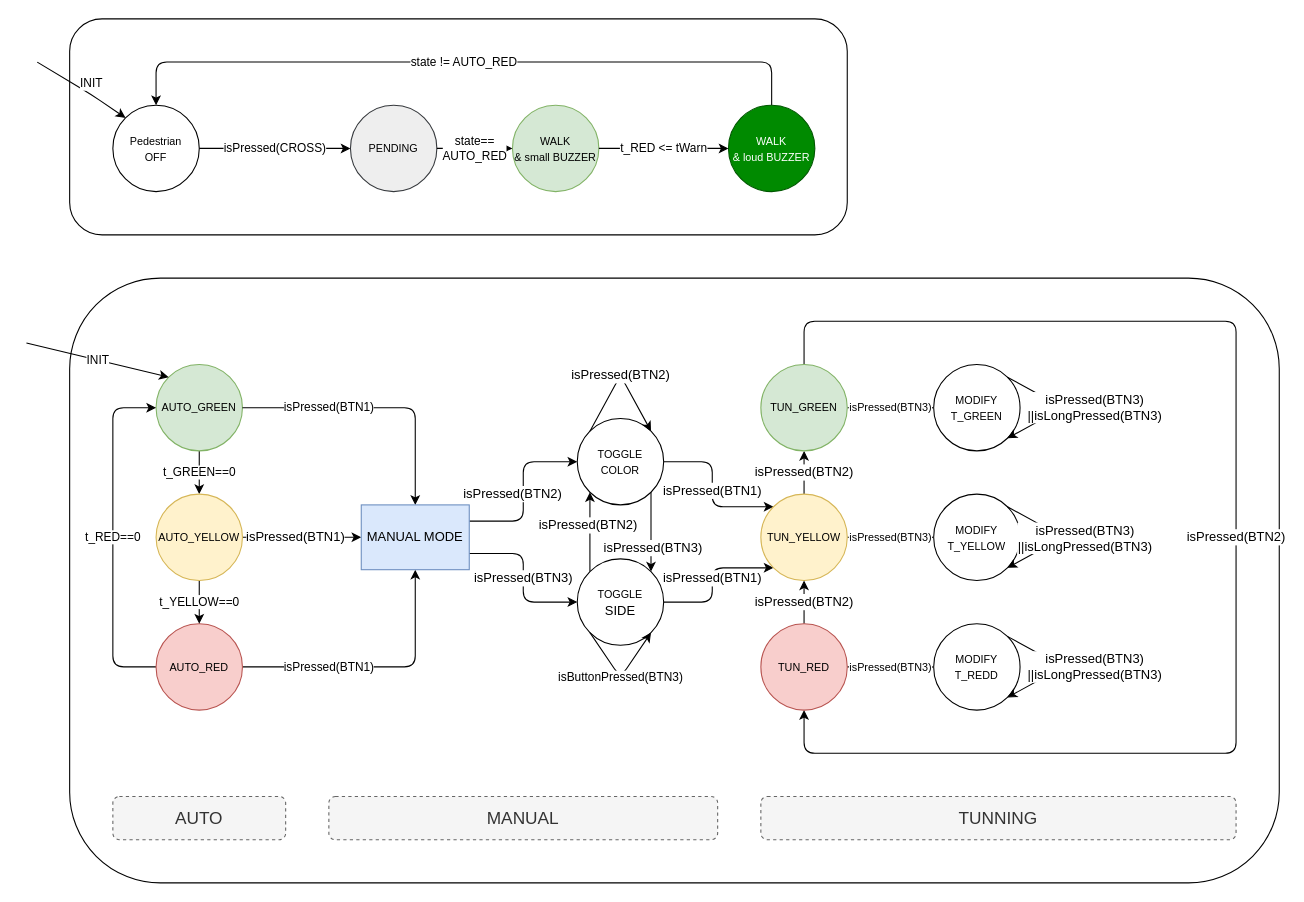
The draw.io diagram fsm.drawio in amyranotamirror/CO3007_MiniProject, before the edit. Source tidied: cells renumbered, new cells numbered last; positions are measured from the earlier drawing's top-left corner, leaving out a move shared by most shapes. Both pictures are drawn from the tidied source at 108%, with x=0, y=0 at pixel (26, 18).
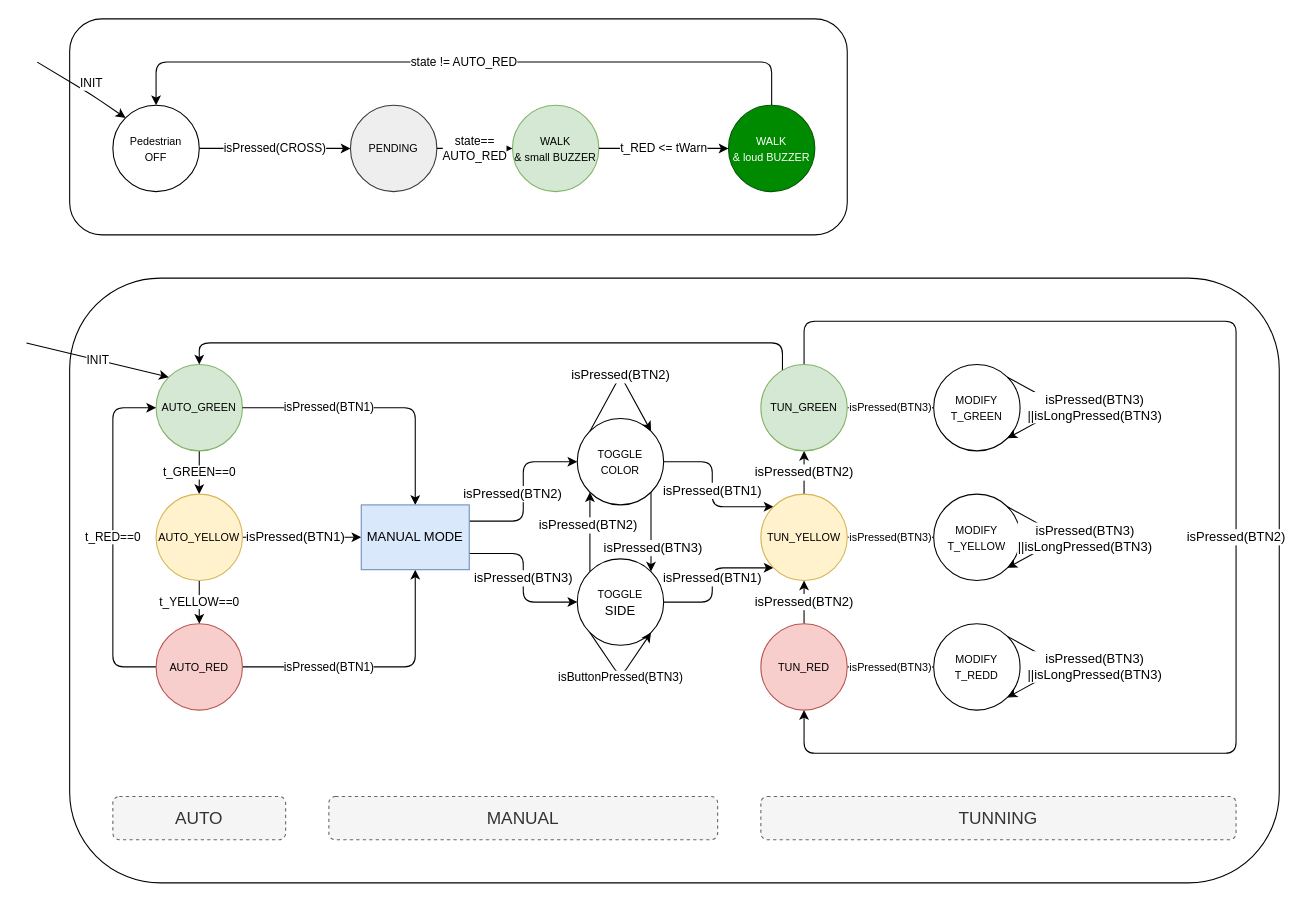
Above is the later version.

Commit message:
feat: add mode level

Unchanged cells that the change refers to:
```xml
<mxCell id="4" value="&lt;font style=&quot;font-size: 10px;&quot;&gt;AUTO_GREEN&lt;/font&gt;" style="ellipse;whiteSpace=wrap;html=1;fillColor=#d5e8d4;strokeColor=#82b366;" parent="1" vertex="1">
  <mxGeometry x="120" y="320" width="80" height="80" as="geometry" />
</mxCell>
<mxCell id="30" value="&lt;font style=&quot;font-size: 10px;&quot;&gt;TUN_GREEN&lt;/font&gt;" style="ellipse;whiteSpace=wrap;html=1;fillColor=#d5e8d4;strokeColor=#82b366;" parent="1" vertex="1">
  <mxGeometry x="680" y="320" width="80" height="80" as="geometry" />
</mxCell>
```

What changed in the source:
```diff
@@
+    <mxCell id="53" style="edgeStyle=orthogonalEdgeStyle;html=1;entryX=0.5;entryY=0;entryDx=0;entryDy=0;" parent="1" edge="1" source="30" target="4">
+      <mxGeometry relative="1" as="geometry">
+        <Array as="points">
+          <mxPoint x="700" y="300" />
+          <mxPoint x="160" y="300" />
+        </Array>
+      </mxGeometry>
+    </mxCell>
```
